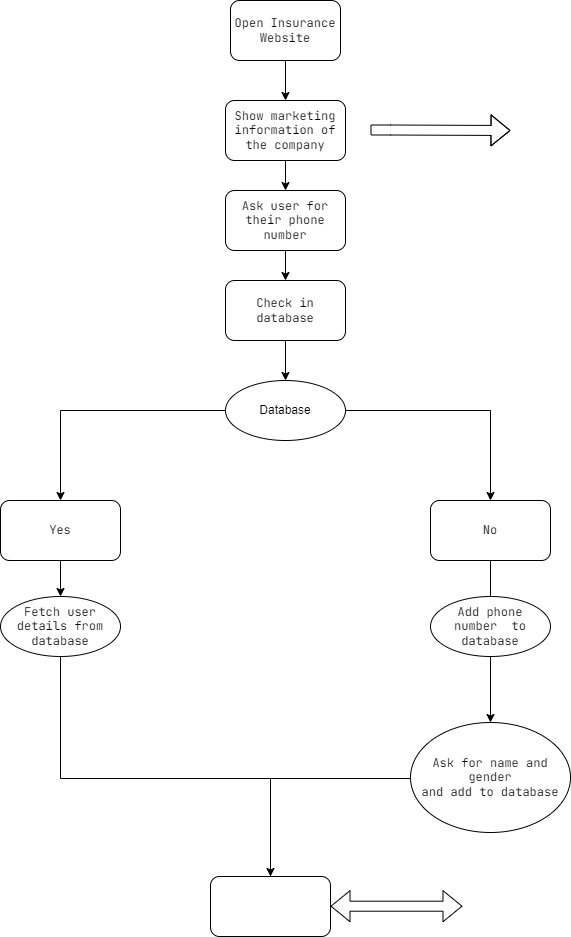
Before: Insurance.png, a diagram exported from draw.io (meghrathod/cloud-journey). Source tidied: cells renumbered, new cells last; positions are measured from the earlier drawing's top-left corner, leaving out a move shared by most shapes.
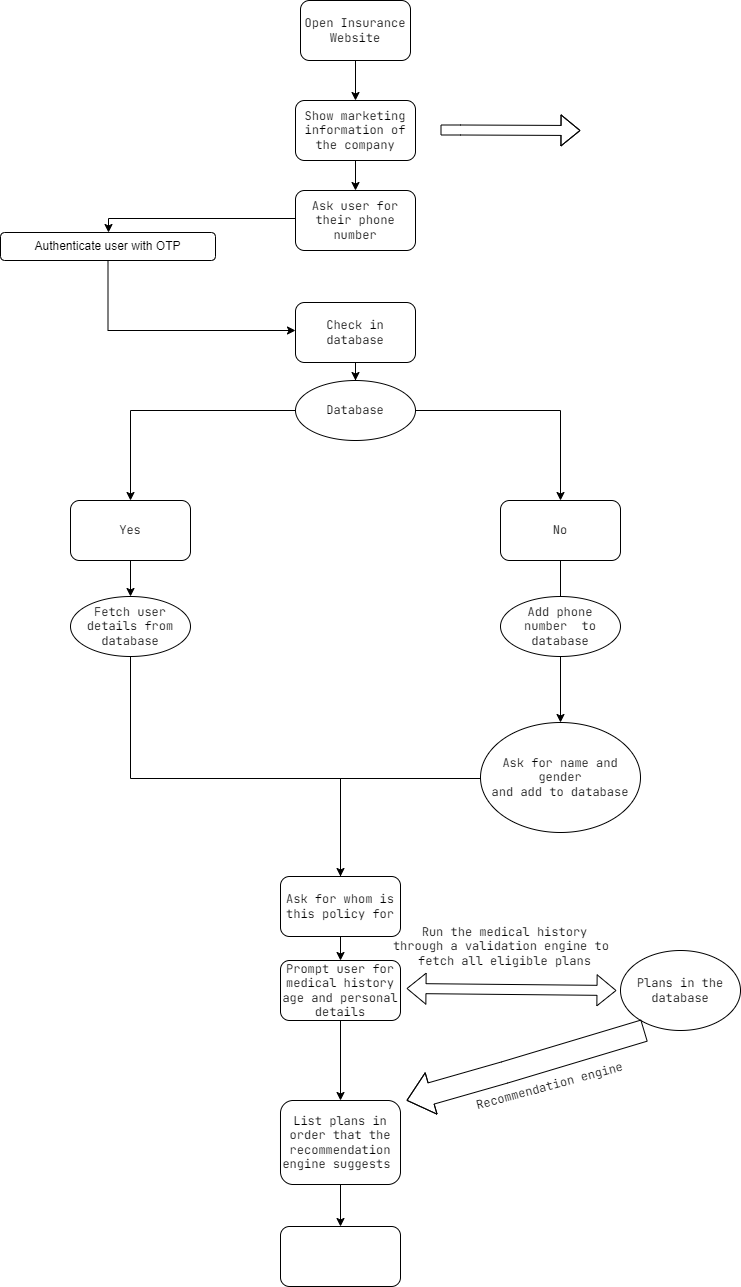
After the commit.

The edit, as a diff of the source:
```diff
@@ -14,9 +14,13 @@
     <mxCell id="5" value="&lt;font face=&quot;JetBrains Mono&quot;&gt;Show marketing information of the company&lt;/font&gt;" style="whiteSpace=wrap;html=1;rounded=1;" parent="1" vertex="1">
       <mxGeometry x="225" y="100" width="120" height="60" as="geometry" />
     </mxCell>
-    <mxCell id="6" style="edgeStyle=orthogonalEdgeStyle;rounded=0;jettySize=auto;html=1;" parent="1" edge="1" source="7" target="9">
-      <mxGeometry relative="1" as="geometry" />
-    </mxCell>
+    <mxCell id="27" style="edgeStyle=orthogonalEdgeStyle;rounded=0;jettySize=auto;html=1;fontFamily=JetBrains Mono;fontSource=https%3A%2F%2Ffonts.googleapis.com%2Fcss%3Ffamily%3DJetBrains%2BMono;" parent="1" edge="1" source="7" target="30">
+      <mxGeometry relative="1" as="geometry">
+        <Array as="points">
+          <mxPoint x="38" y="218" />
+        </Array>
+      </mxGeometry>
+    </mxCell>
     <mxCell id="7" value="&lt;font face=&quot;JetBrains Mono&quot;&gt;Ask user for their phone number&lt;/font&gt;" style="whiteSpace=wrap;html=1;rounded=1;" parent="1" vertex="1">
       <mxGeometry x="225" y="190" width="120" height="60" as="geometry" />
     </mxCell>
@@ -24,7 +28,7 @@
       <mxGeometry relative="1" as="geometry" />
     </mxCell>
     <mxCell id="9" value="&lt;font face=&quot;JetBrains Mono&quot;&gt;Check in database&lt;/font&gt;" style="whiteSpace=wrap;html=1;rounded=1;" parent="1" vertex="1">
-      <mxGeometry x="225" y="280" width="120" height="60" as="geometry" />
+      <mxGeometry x="225" y="302" width="120" height="60" as="geometry" />
     </mxCell>
     <mxCell id="10" style="edgeStyle=orthogonalEdgeStyle;rounded=0;jettySize=auto;html=1;" parent="1" edge="1" source="12" target="14">
       <mxGeometry relative="1" as="geometry" />
@@ -32,7 +36,7 @@
     <mxCell id="11" style="edgeStyle=orthogonalEdgeStyle;rounded=0;jettySize=auto;html=1;" parent="1" edge="1" source="12" target="16">
       <mxGeometry relative="1" as="geometry" />
     </mxCell>
-    <mxCell id="12" value="Database" style="ellipse;whiteSpace=wrap;html=1;rounded=1;" parent="1" vertex="1">
+    <mxCell id="12" value="&lt;font face=&quot;JetBrains Mono&quot;&gt;Database&lt;/font&gt;" style="ellipse;whiteSpace=wrap;html=1;rounded=1;" parent="1" vertex="1">
       <mxGeometry x="225" y="380" width="120" height="60" as="geometry" />
     </mxCell>
     <mxCell id="13" style="edgeStyle=orthogonalEdgeStyle;rounded=0;jettySize=auto;html=1;" parent="1" edge="1" source="14" target="18">
@@ -88,11 +92,14 @@
     </mxCell>
     <mxCell id="24" style="shape=flexArrow;endArrow=classic;startArrow=classic;html=1;rounded=0;fontFamily=JetBrains Mono;fontSource=https%3A%2F%2Ffonts.googleapis.com%2Fcss%3Ffamily%3DJetBrains%2BMono;" parent="1" edge="1">
       <mxGeometry relative="1" as="geometry">
-        <mxPoint x="330" y="905.7" as="sourcePoint" />
-        <mxPoint x="462" y="905.7" as="targetPoint" />
+        <mxPoint x="336" y="988" as="sourcePoint" />
+        <mxPoint x="546" y="990" as="targetPoint" />
       </mxGeometry>
     </mxCell>
+    <mxCell id="28" style="edgeStyle=orthogonalEdgeStyle;rounded=0;jettySize=auto;html=1;fontFamily=JetBrains Mono;fontSource=https%3A%2F%2Ffonts.googleapis.com%2Fcss%3Ffamily%3DJetBrains%2BMono;" parent="1" edge="1" source="25" target="32">
+      <mxGeometry relative="1" as="geometry" />
+    </mxCell>
-    <mxCell id="25" style="whiteSpace=wrap;html=1;rounded=1;" parent="1" vertex="1">
+    <mxCell id="25" value="&lt;font face=&quot;JetBrains Mono&quot;&gt;Ask for whom is this policy for&lt;/font&gt;" style="whiteSpace=wrap;html=1;rounded=1;" parent="1" vertex="1">
       <mxGeometry x="210" y="876" width="120" height="60" as="geometry" />
     </mxCell>
     <mxCell id="26" style="edgeStyle=orthogonalEdgeStyle;rounded=0;jettySize=auto;html=1;fontFamily=JetBrains Mono;fontSource=https%3A%2F%2Ffonts.googleapis.com%2Fcss%3Ffamily%3DJetBrains%2BMono;entryX=0.5;entryY=0;entryDx=0;entryDy=0;endArrow=none;" parent="1" edge="1" target="25">
@@ -100,5 +107,47 @@
         <mxPoint x="410" y="778" as="sourcePoint" />
       </mxGeometry>
     </mxCell>
+    <mxCell id="29" style="edgeStyle=orthogonalEdgeStyle;rounded=0;jettySize=auto;html=1;fontFamily=JetBrains Mono;fontSource=https%3A%2F%2Ffonts.googleapis.com%2Fcss%3Ffamily%3DJetBrains%2BMono;" parent="1" edge="1" source="30" target="9">
+      <mxGeometry relative="1" as="geometry">
+        <Array as="points">
+          <mxPoint x="38" y="330" />
+        </Array>
+      </mxGeometry>
+    </mxCell>
+    <mxCell id="30" value="Authenticate user with OTP" style="whiteSpace=wrap;html=1;rounded=1;" parent="1" vertex="1">
+      <mxGeometry x="-70" y="232" width="215" height="28" as="geometry" />
+    </mxCell>
+    <mxCell id="31" style="edgeStyle=orthogonalEdgeStyle;rounded=0;jettySize=auto;html=1;fontFamily=JetBrains Mono;fontSource=https%3A%2F%2Ffonts.googleapis.com%2Fcss%3Ffamily%3DJetBrains%2BMono;" parent="1" edge="1" source="32" target="37">
+      <mxGeometry relative="1" as="geometry" />
+    </mxCell>
+    <mxCell id="32" value="&lt;font face=&quot;JetBrains Mono&quot;&gt;Prompt user for medical history age and personal details&lt;/font&gt;" style="whiteSpace=wrap;html=1;rounded=1;" parent="1" vertex="1">
+      <mxGeometry x="210" y="960" width="120" height="60" as="geometry" />
+    </mxCell>
+    <mxCell id="33" value="Plans in the database" style="ellipse;whiteSpace=wrap;html=1;fontFamily=JetBrains Mono;fontSource=https%3A%2F%2Ffonts.googleapis.com%2Fcss%3Ffamily%3DJetBrains%2BMono;" parent="1" vertex="1">
+      <mxGeometry x="550" y="950" width="120" height="80" as="geometry" />
+    </mxCell>
+    <mxCell id="34" value="Run the medical history&lt;br&gt;through a validation engine to &lt;br&gt;fetch all eligible plans" style="text;html=1;align=center;verticalAlign=middle;strokeColor=none;fillColor=none;fontFamily=JetBrains Mono;perimeterSpacing=4;" parent="1" vertex="1">
+      <mxGeometry x="308" y="918" width="252" height="56" as="geometry" />
+    </mxCell>
+    <mxCell id="35" style="shape=flexArrow;endArrow=classic;html=1;rounded=0;fontFamily=JetBrains Mono;fontSource=https%3A%2F%2Ffonts.googleapis.com%2Fcss%3Ffamily%3DJetBrains%2BMono;exitX=0.2;exitY=1;exitDx=0;exitDy=0;exitPerimeter=0;width=22;endSize=8.03;" parent="1" edge="1" source="33">
+      <mxGeometry relative="1" as="geometry">
+        <mxPoint x="336" y="1100" as="targetPoint" />
+        <Array as="points">
+          <mxPoint x="434" y="1072" />
+        </Array>
+      </mxGeometry>
+    </mxCell>
+    <mxCell id="36" style="edgeStyle=orthogonalEdgeStyle;rounded=0;jettySize=auto;html=1;fontFamily=JetBrains Mono;fontSource=https%3A%2F%2Ffonts.googleapis.com%2Fcss%3Ffamily%3DJetBrains%2BMono;" parent="1" edge="1" source="37" target="39">
+      <mxGeometry relative="1" as="geometry" />
+    </mxCell>
+    <mxCell id="37" value="&lt;font face=&quot;JetBrains Mono&quot;&gt;List plans in order that the recommendation engine suggests&amp;nbsp;&lt;/font&gt;" style="whiteSpace=wrap;html=1;rounded=1;" parent="1" vertex="1">
+      <mxGeometry x="210" y="1100" width="120" height="84" as="geometry" />
+    </mxCell>
+    <mxCell id="38" value="Recommendation engine" style="text;html=1;align=center;verticalAlign=middle;strokeColor=none;fillColor=none;fontFamily=JetBrains Mono;rotation=-15;" parent="1" vertex="1">
+      <mxGeometry x="388" y="1072" width="182" height="28" as="geometry" />
+    </mxCell>
+    <mxCell id="39" style="whiteSpace=wrap;html=1;rounded=1;" parent="1" vertex="1">
+      <mxGeometry x="210" y="1226" width="120" height="60" as="geometry" />
+    </mxCell>
   </root>
 </mxGraphModel>
```
